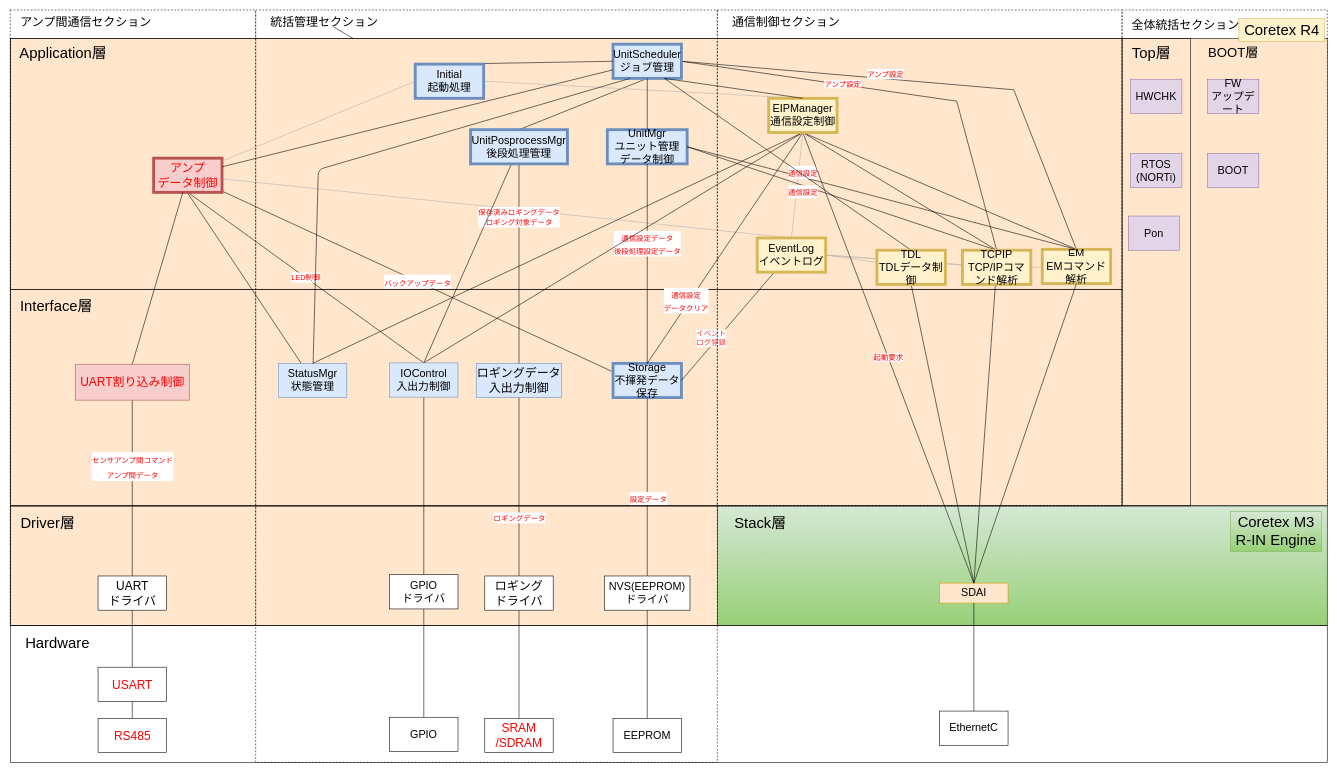
Before: page "RevG_NewスマNWU静的構造_完全版" (7 of 13) of NWユニット_アーキテクチャ図.drawio in YutaSuzukiGARI/nwunit, a draw.io diagram. Source tidied: cells renumbered, new cells numbered last; positions are measured from the earlier drawing's top-left corner, leaving out a move shared by most shapes. Both pictures are drawn from the tidied source at 57%, with x=0, y=0 at pixel (10, 10).
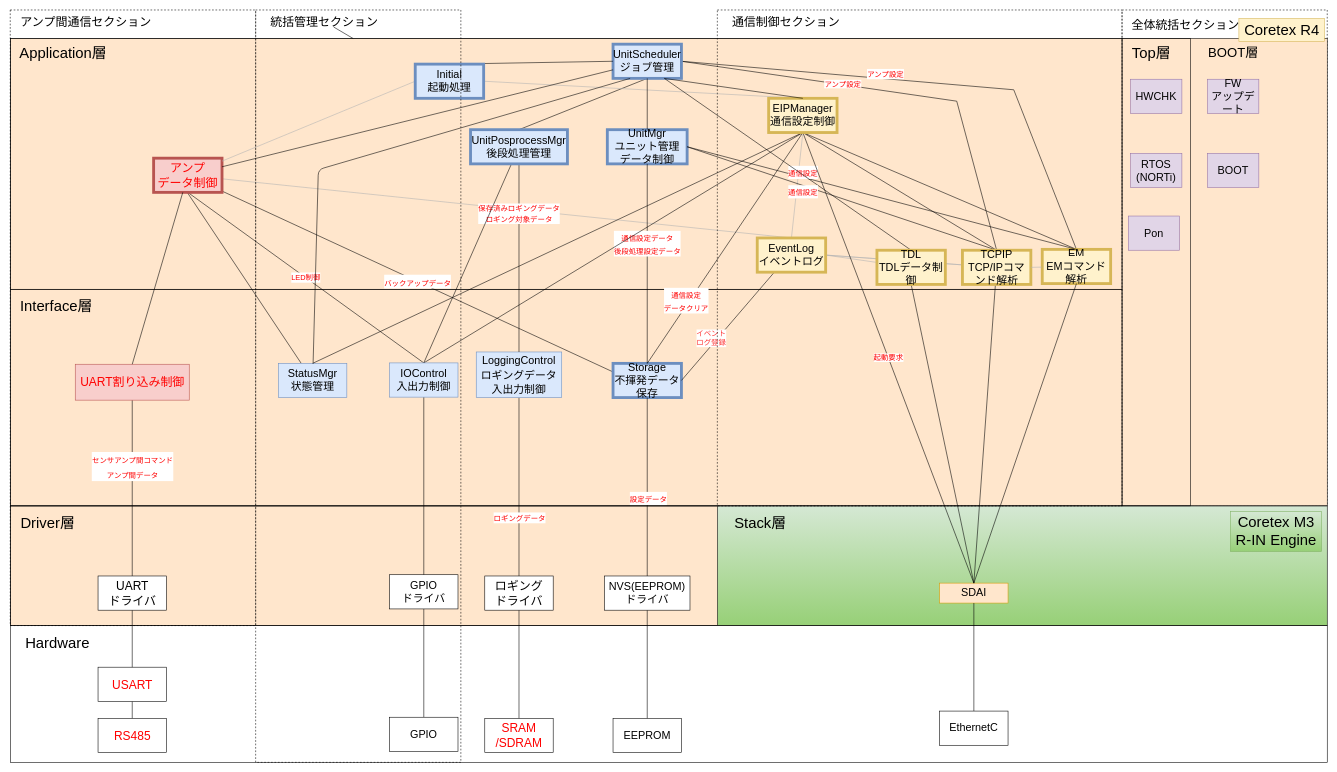
After the change.

The edit, as a diff of the source:
```diff
@@
-    <mxCell id="58" value="ロギングデータ&lt;br style=&quot;font-size: 21px&quot;&gt;入出力制御" style="rounded=0;whiteSpace=wrap;html=1;fillColor=#dae8fc;strokeColor=#6c8ebf;fontSize=21;" parent="1" vertex="1">
-      <mxGeometry x="817" y="620" width="150" height="60" as="geometry" />
+    <mxCell id="58" value="&lt;font style=&quot;font-size: 19px&quot;&gt;LoggingControl&lt;br&gt;ロギングデータ&lt;br&gt;入出力制御&lt;/font&gt;" style="rounded=0;whiteSpace=wrap;html=1;fillColor=#dae8fc;strokeColor=#6c8ebf;fontSize=21;" parent="1" vertex="1">
+      <mxGeometry x="817" y="600" width="150" height="80" as="geometry" />
     </mxCell>
@@
     <mxCell id="107" style="rounded=0;whiteSpace=wrap;html=1;fillColor=none;dashed=1;strokeColor=default;fontColor=default;" parent="1" vertex="1">
-      <mxGeometry x="430" width="810" height="1320" as="geometry" />
+      <mxGeometry x="430" width="360" height="1320" as="geometry" />
     </mxCell>
```
